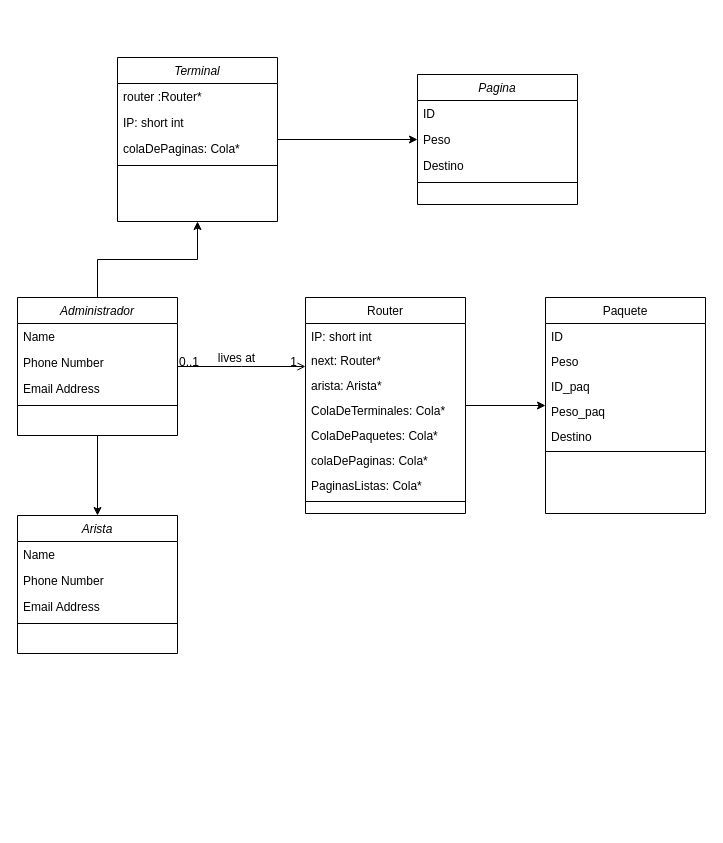
This is DiagramaDeClases.drawio from emaarnolfo/FinalAyEdD2023, a draw.io file, before an edit. Source tidied: cells renumbered, new cells numbered last; positions are measured from the earlier drawing's top-left corner, leaving out a move shared by most shapes. Both pictures are drawn from the tidied source at 100%, with x=0, y=0 at pixel (17, 57).
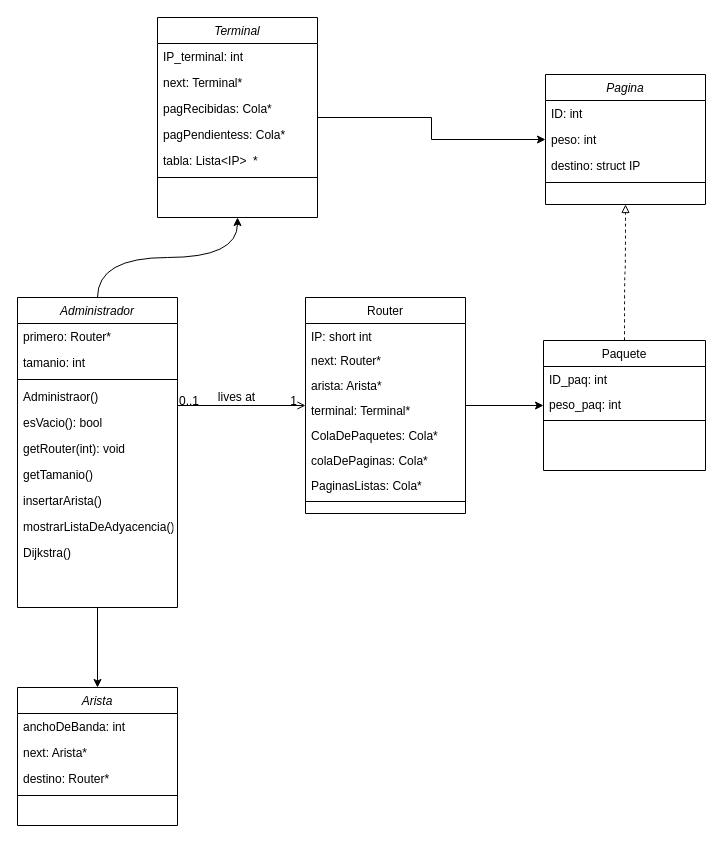
The same diagram, later.

The change refers to these unchanged cells:
```xml
<mxCell id="10" value="Router" style="swimlane;fontStyle=0;align=center;verticalAlign=top;horizontal=1;startSize=26;rounded=0;shadow=0;strokeWidth=1;" parent="1" vertex="1">
  <mxGeometry x="288" y="240" width="160" height="216" as="geometry" />
</mxCell>
```

The edit, as a diff of the source:
```diff
@@
-    <mxCell id="3" style="edgeStyle=orthogonalEdgeStyle;rounded=0;jettySize=auto;html=1;" parent="1" edge="1" source="4" target="29">
+    <mxCell id="3" style="edgeStyle=orthogonalEdgeStyle;jettySize=auto;html=1;curved=1;" parent="1" edge="1" source="4" target="29">
       <mxGeometry relative="1" as="geometry" />
     </mxCell>
     <mxCell id="4" value="Administrador" style="swimlane;fontStyle=2;align=center;verticalAlign=top;horizontal=1;startSize=26;rounded=0;shadow=0;strokeWidth=1;" parent="1" vertex="1">
-      <mxGeometry y="240" width="160" height="138" as="geometry" />
+      <mxGeometry y="240" width="160" height="310" as="geometry" />
     </mxCell>
-    <mxCell id="5" value="Name" style="text;align=left;verticalAlign=top;spacingLeft=4;spacingRight=4;overflow=hidden;" parent="4" vertex="1">
+    <mxCell id="5" value="primero: Router*" style="text;align=left;verticalAlign=top;spacingLeft=4;spacingRight=4;overflow=hidden;" parent="4" vertex="1">
       <mxGeometry y="26" width="160" height="26" as="geometry" />
     </mxCell>
-    <mxCell id="6" value="Phone Number" style="text;align=left;verticalAlign=top;spacingLeft=4;spacingRight=4;overflow=hidden;rounded=0;shadow=0;html=0;" parent="4" vertex="1">
+    <mxCell id="6" value="tamanio: int" style="text;align=left;verticalAlign=top;spacingLeft=4;spacingRight=4;overflow=hidden;rounded=0;shadow=0;html=0;" parent="4" vertex="1">
       <mxGeometry y="52" width="160" height="26" as="geometry" />
     </mxCell>
-    <mxCell id="7" value="Email Address" style="text;align=left;verticalAlign=top;spacingLeft=4;spacingRight=4;overflow=hidden;rounded=0;shadow=0;html=0;" parent="4" vertex="1">
-      <mxGeometry y="78" width="160" height="26" as="geometry" />
-    </mxCell>
     <mxCell id="8" style="line;html=1;strokeWidth=1;align=left;verticalAlign=middle;spacingTop=-1;spacingLeft=3;spacingRight=3;labelPosition=right;" parent="4" vertex="1">
-      <mxGeometry y="104" width="160" height="8" as="geometry" />
+      <mxGeometry y="78" width="160" height="8" as="geometry" />
     </mxCell>
+    <mxCell id="46" value="Administraor()" style="text;align=left;verticalAlign=top;spacingLeft=4;spacingRight=4;overflow=hidden;rounded=0;shadow=0;html=0;" parent="4" vertex="1">
+      <mxGeometry y="86" width="160" height="26" as="geometry" />
+    </mxCell>
+    <mxCell id="47" value="esVacio(): bool" style="text;align=left;verticalAlign=top;spacingLeft=4;spacingRight=4;overflow=hidden;rounded=0;shadow=0;html=0;" parent="4" vertex="1">
+      <mxGeometry y="112" width="160" height="26" as="geometry" />
+    </mxCell>
+    <mxCell id="48" value="getRouter(int): void" style="text;align=left;verticalAlign=top;spacingLeft=4;spacingRight=4;overflow=hidden;rounded=0;shadow=0;html=0;" parent="4" vertex="1">
+      <mxGeometry y="138" width="160" height="26" as="geometry" />
+    </mxCell>
+    <mxCell id="49" value="getTamanio()" style="text;align=left;verticalAlign=top;spacingLeft=4;spacingRight=4;overflow=hidden;rounded=0;shadow=0;html=0;" parent="4" vertex="1">
+      <mxGeometry y="164" width="160" height="26" as="geometry" />
+    </mxCell>
+    <mxCell id="50" value="insertarArista()" style="text;align=left;verticalAlign=top;spacingLeft=4;spacingRight=4;overflow=hidden;rounded=0;shadow=0;html=0;" parent="4" vertex="1">
+      <mxGeometry y="190" width="160" height="26" as="geometry" />
+    </mxCell>
+    <mxCell id="51" value="mostrarListaDeAdyacencia()" style="text;align=left;verticalAlign=top;spacingLeft=4;spacingRight=4;overflow=hidden;rounded=0;shadow=0;html=0;" parent="4" vertex="1">
+      <mxGeometry y="216" width="160" height="26" as="geometry" />
+    </mxCell>
+    <mxCell id="52" value="Dijkstra()" style="text;align=left;verticalAlign=top;spacingLeft=4;spacingRight=4;overflow=hidden;rounded=0;shadow=0;html=0;" parent="4" vertex="1">
+      <mxGeometry y="242" width="160" height="26" as="geometry" />
+    </mxCell>
@@
-    <mxCell id="14" value="ColaDeTerminales: Cola*" style="text;align=left;verticalAlign=top;spacingLeft=4;spacingRight=4;overflow=hidden;" parent="10" vertex="1">
+    <mxCell id="14" value="terminal: Terminal*" style="text;align=left;verticalAlign=top;spacingLeft=4;spacingRight=4;overflow=hidden;" parent="10" vertex="1">
       <mxGeometry y="100" width="160" height="25" as="geometry" />
     </mxCell>
@@
     <mxCell id="23" value="Arista" style="swimlane;fontStyle=2;align=center;verticalAlign=top;horizontal=1;startSize=26;rounded=0;shadow=0;strokeWidth=1;" parent="1" vertex="1">
-      <mxGeometry y="458" width="160" height="138" as="geometry" />
+      <mxGeometry y="630" width="160" height="138" as="geometry" />
     </mxCell>
-    <mxCell id="24" value="Name" style="text;align=left;verticalAlign=top;spacingLeft=4;spacingRight=4;overflow=hidden;" parent="23" vertex="1">
+    <mxCell id="24" value="anchoDeBanda: int" style="text;align=left;verticalAlign=top;spacingLeft=4;spacingRight=4;overflow=hidden;" parent="23" vertex="1">
       <mxGeometry y="26" width="160" height="26" as="geometry" />
     </mxCell>
-    <mxCell id="25" value="Phone Number" style="text;align=left;verticalAlign=top;spacingLeft=4;spacingRight=4;overflow=hidden;rounded=0;shadow=0;html=0;" parent="23" vertex="1">
+    <mxCell id="25" value="next: Arista*" style="text;align=left;verticalAlign=top;spacingLeft=4;spacingRight=4;overflow=hidden;rounded=0;shadow=0;html=0;" parent="23" vertex="1">
       <mxGeometry y="52" width="160" height="26" as="geometry" />
     </mxCell>
-    <mxCell id="26" value="Email Address" style="text;align=left;verticalAlign=top;spacingLeft=4;spacingRight=4;overflow=hidden;rounded=0;shadow=0;html=0;" parent="23" vertex="1">
+    <mxCell id="26" value="destino: Router*" style="text;align=left;verticalAlign=top;spacingLeft=4;spacingRight=4;overflow=hidden;rounded=0;shadow=0;html=0;" parent="23" vertex="1">
       <mxGeometry y="78" width="160" height="26" as="geometry" />
     </mxCell>
@@
     <mxCell id="29" value="Terminal" style="swimlane;fontStyle=2;align=center;verticalAlign=top;horizontal=1;startSize=26;rounded=0;shadow=0;strokeWidth=1;" parent="1" vertex="1">
-      <mxGeometry x="100" width="160" height="164" as="geometry" />
+      <mxGeometry x="140" y="-40" width="160" height="200" as="geometry" />
     </mxCell>
-    <mxCell id="30" value="router :Router*" style="text;align=left;verticalAlign=top;spacingLeft=4;spacingRight=4;overflow=hidden;" parent="29" vertex="1">
+    <mxCell id="30" value="IP_terminal: int" style="text;align=left;verticalAlign=top;spacingLeft=4;spacingRight=4;overflow=hidden;" parent="29" vertex="1">
       <mxGeometry y="26" width="160" height="26" as="geometry" />
     </mxCell>
-    <mxCell id="31" value="IP: short int" style="text;align=left;verticalAlign=top;spacingLeft=4;spacingRight=4;overflow=hidden;rounded=0;shadow=0;html=0;" parent="29" vertex="1">
+    <mxCell id="31" value="next: Terminal*" style="text;align=left;verticalAlign=top;spacingLeft=4;spacingRight=4;overflow=hidden;rounded=0;shadow=0;html=0;" parent="29" vertex="1">
       <mxGeometry y="52" width="160" height="26" as="geometry" />
     </mxCell>
-    <mxCell id="32" value="colaDePaginas: Cola*" style="text;align=left;verticalAlign=top;spacingLeft=4;spacingRight=4;overflow=hidden;rounded=0;shadow=0;html=0;" parent="29" vertex="1">
+    <mxCell id="32" value="pagRecibidas: Cola*" style="text;align=left;verticalAlign=top;spacingLeft=4;spacingRight=4;overflow=hidden;rounded=0;shadow=0;html=0;" parent="29" vertex="1">
       <mxGeometry y="78" width="160" height="26" as="geometry" />
     </mxCell>
+    <mxCell id="53" value="pagPendientess: Cola*" style="text;align=left;verticalAlign=top;spacingLeft=4;spacingRight=4;overflow=hidden;rounded=0;shadow=0;html=0;" parent="29" vertex="1">
+      <mxGeometry y="104" width="160" height="26" as="geometry" />
+    </mxCell>
+    <mxCell id="54" value="tabla: Lista&lt;IP&gt;  *" style="text;align=left;verticalAlign=top;spacingLeft=4;spacingRight=4;overflow=hidden;rounded=0;shadow=0;html=0;" parent="29" vertex="1">
+      <mxGeometry y="130" width="160" height="26" as="geometry" />
+    </mxCell>
     <mxCell id="33" style="line;html=1;strokeWidth=1;align=left;verticalAlign=middle;spacingTop=-1;spacingLeft=3;spacingRight=3;labelPosition=right;" parent="29" vertex="1">
-      <mxGeometry y="104" width="160" height="8" as="geometry" />
+      <mxGeometry y="156" width="160" height="8" as="geometry" />
     </mxCell>
+    <mxCell id="55" style="edgeStyle=orthogonalEdgeStyle;curved=1;jettySize=auto;html=1;entryX=0.5;entryY=1;entryDx=0;entryDy=0;dashed=1;strokeColor=default;endArrow=block;endFill=0;" parent="1" edge="1" source="34" target="41">
+      <mxGeometry relative="1" as="geometry" />
+    </mxCell>
     <mxCell id="34" value="Paquete" style="swimlane;fontStyle=0;align=center;verticalAlign=top;horizontal=1;startSize=26;rounded=0;shadow=0;strokeWidth=1;" parent="1" vertex="1">
-      <mxGeometry x="528" y="240" width="160" height="216" as="geometry" />
+      <mxGeometry x="526" y="283" width="162" height="130" as="geometry" />
     </mxCell>
-    <mxCell id="35" value="ID" style="text;align=left;verticalAlign=top;spacingLeft=4;spacingRight=4;overflow=hidden;" parent="34" vertex="1">
-      <mxGeometry y="26" width="160" height="25" as="geometry" />
+    <mxCell id="35" value="ID_paq: int" style="text;align=left;verticalAlign=top;spacingLeft=4;spacingRight=4;overflow=hidden;" parent="34" vertex="1">
+      <mxGeometry y="26" width="162" height="25" as="geometry" />
     </mxCell>
-    <mxCell id="36" value="Peso" style="text;align=left;verticalAlign=top;spacingLeft=4;spacingRight=4;overflow=hidden;" parent="34" vertex="1">
-      <mxGeometry y="51" width="160" height="25" as="geometry" />
+    <mxCell id="36" value="peso_paq: int" style="text;align=left;verticalAlign=top;spacingLeft=4;spacingRight=4;overflow=hidden;" parent="34" vertex="1">
+      <mxGeometry y="51" width="162" height="25" as="geometry" />
     </mxCell>
-    <mxCell id="37" value="ID_paq" style="text;align=left;verticalAlign=top;spacingLeft=4;spacingRight=4;overflow=hidden;" parent="34" vertex="1">
-      <mxGeometry y="76" width="160" height="25" as="geometry" />
-    </mxCell>
-    <mxCell id="38" value="Peso_paq" style="text;align=left;verticalAlign=top;spacingLeft=4;spacingRight=4;overflow=hidden;" parent="34" vertex="1">
-      <mxGeometry y="101" width="160" height="25" as="geometry" />
-    </mxCell>
-    <mxCell id="39" value="Destino" style="text;align=left;verticalAlign=top;spacingLeft=4;spacingRight=4;overflow=hidden;rounded=0;shadow=0;html=0;" parent="34" vertex="1">
-      <mxGeometry y="126" width="160" height="24" as="geometry" />
-    </mxCell>
     <mxCell id="40" style="line;html=1;strokeWidth=1;align=left;verticalAlign=middle;spacingTop=-1;spacingLeft=3;spacingRight=3;labelPosition=right;" parent="34" vertex="1">
-      <mxGeometry y="150" width="160" height="8" as="geometry" />
+      <mxGeometry y="76" width="162" height="8" as="geometry" />
     </mxCell>
     <mxCell id="41" value="Pagina" style="swimlane;fontStyle=2;align=center;verticalAlign=top;horizontal=1;startSize=26;rounded=0;shadow=0;strokeWidth=1;" parent="1" vertex="1">
-      <mxGeometry x="400" y="17" width="160" height="130" as="geometry" />
+      <mxGeometry x="528" y="17" width="160" height="130" as="geometry" />
     </mxCell>
-    <mxCell id="42" value="ID" style="text;align=left;verticalAlign=top;spacingLeft=4;spacingRight=4;overflow=hidden;rounded=0;shadow=0;html=0;" parent="41" vertex="1">
+    <mxCell id="42" value="ID: int" style="text;align=left;verticalAlign=top;spacingLeft=4;spacingRight=4;overflow=hidden;rounded=0;shadow=0;html=0;" parent="41" vertex="1">
       <mxGeometry y="26" width="160" height="26" as="geometry" />
     </mxCell>
-    <mxCell id="43" value="Peso" style="text;align=left;verticalAlign=top;spacingLeft=4;spacingRight=4;overflow=hidden;rounded=0;shadow=0;html=0;" parent="41" vertex="1">
+    <mxCell id="43" value="peso: int" style="text;align=left;verticalAlign=top;spacingLeft=4;spacingRight=4;overflow=hidden;rounded=0;shadow=0;html=0;" parent="41" vertex="1">
       <mxGeometry y="52" width="160" height="26" as="geometry" />
     </mxCell>
-    <mxCell id="44" value="Destino" style="text;align=left;verticalAlign=top;spacingLeft=4;spacingRight=4;overflow=hidden;" parent="41" vertex="1">
+    <mxCell id="44" value="destino: struct IP" style="text;align=left;verticalAlign=top;spacingLeft=4;spacingRight=4;overflow=hidden;" parent="41" vertex="1">
       <mxGeometry y="78" width="160" height="26" as="geometry" />
     </mxCell>
```
